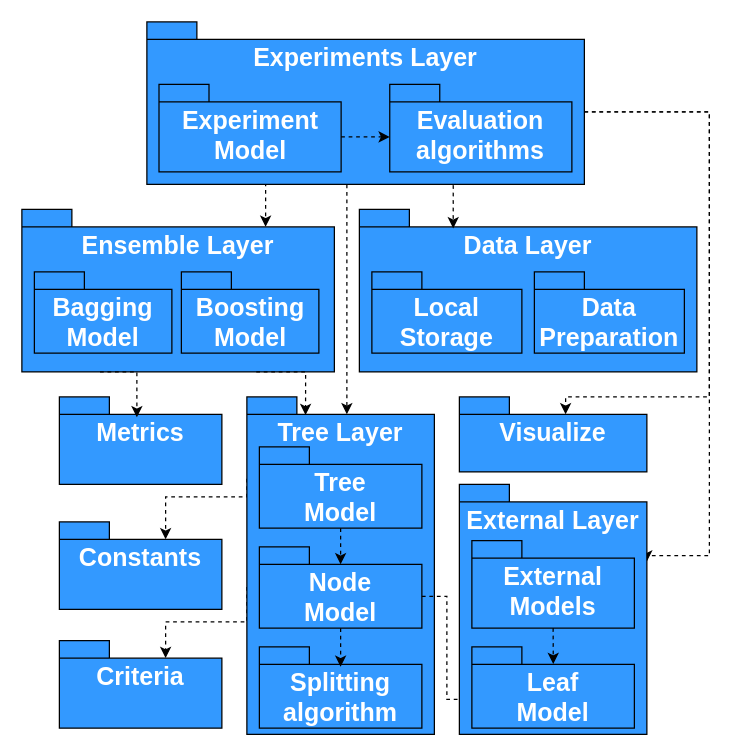
Earlier version of the draw.io diagram page "Страница — 2" (2 of 2) of doc/BaseArchitecture2023.drawio (iuliivasilev/dev-survivors). Source tidied: cells renumbered, new cells numbered last; positions are measured from the earlier drawing's top-left corner, leaving out a move shared by most shapes. Both pictures are drawn from the tidied source at 125%, with x=0, y=0 at pixel (21, 21).
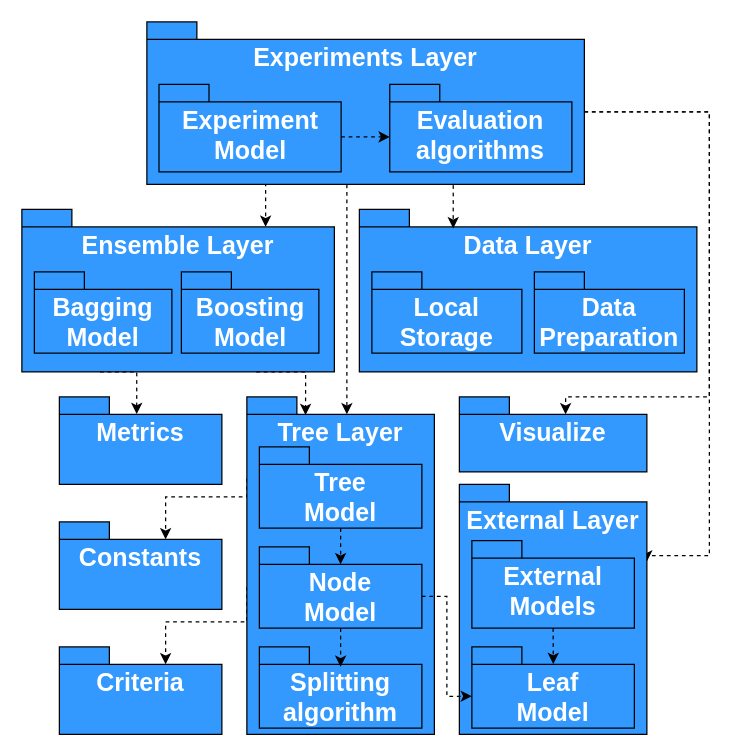
Above is the later version.

Commit message:
Updated Architecture 2024 arrows

The change refers to these unchanged cells:
```xml
<mxCell id="2" value="Metrics" style="shape=folder;fontStyle=1;spacingTop=10;tabWidth=40;tabHeight=14;tabPosition=left;whiteSpace=wrap;labelBackgroundColor=none;fillColor=#3399FF;strokeColor=#000000;labelPosition=center;verticalLabelPosition=middle;align=center;verticalAlign=top;fontSize=20;fontColor=#FFFFFF;html=1;labelBorderColor=none;" parent="1" vertex="1">
  <mxGeometry x="30" y="300" width="130" height="70" as="geometry" />
</mxCell>
<mxCell id="8" value="Ensemble Layer" style="shape=folder;fontStyle=1;spacingTop=10;tabWidth=40;tabHeight=14;tabPosition=left;whiteSpace=wrap;labelBackgroundColor=none;fillColor=#3399FF;strokeColor=#000000;labelPosition=center;verticalLabelPosition=middle;align=center;verticalAlign=top;fontSize=20;fontColor=#FFFFFF;html=1;labelBorderColor=none;" parent="1" vertex="1">
  <mxGeometry y="150" width="250" height="130" as="geometry" />
</mxCell>
<mxCell id="25" value="Node &lt;br&gt;Model" style="shape=folder;fontStyle=1;spacingTop=10;tabWidth=40;tabHeight=14;tabPosition=left;whiteSpace=wrap;labelBackgroundColor=none;fillColor=#3399FF;strokeColor=#000000;labelPosition=center;verticalLabelPosition=middle;align=center;verticalAlign=top;fontSize=20;fontColor=#FFFFFF;html=1;labelBorderColor=none;" parent="1" vertex="1">
  <mxGeometry x="190" y="420" width="130" height="65" as="geometry" />
</mxCell>
<mxCell id="34" value="Leaf&lt;br&gt;Model" style="shape=folder;fontStyle=1;spacingTop=10;tabWidth=40;tabHeight=14;tabPosition=left;whiteSpace=wrap;labelBackgroundColor=none;fillColor=#3399FF;strokeColor=#000000;labelPosition=center;verticalLabelPosition=middle;align=center;verticalAlign=top;fontSize=20;fontColor=#FFFFFF;html=1;labelBorderColor=none;" parent="1" vertex="1">
  <mxGeometry x="360" y="500" width="130" height="65" as="geometry" />
</mxCell>
```

Diff of the diagram source:
```diff
@@
     <mxCell id="3" value="Criteria" style="shape=folder;fontStyle=1;spacingTop=10;tabWidth=40;tabHeight=14;tabPosition=left;whiteSpace=wrap;labelBackgroundColor=none;fillColor=#3399FF;strokeColor=#000000;labelPosition=center;verticalLabelPosition=middle;align=center;verticalAlign=top;fontSize=20;fontColor=#FFFFFF;html=1;labelBorderColor=none;" parent="1" vertex="1">
-      <mxGeometry x="30" y="495" width="130" height="70" as="geometry" />
+      <mxGeometry x="30" y="500" width="130" height="70" as="geometry" />
     </mxCell>
@@
-    <mxCell id="22" style="edgeStyle=orthogonalEdgeStyle;rounded=0;jettySize=auto;html=1;exitX=0.25;exitY=1;exitDx=0;exitDy=0;exitPerimeter=0;entryX=0.477;entryY=0.233;entryDx=0;entryDy=0;entryPerimeter=0;dashed=1;" parent="1" edge="1" source="8" target="2">
+    <mxCell id="22" style="edgeStyle=orthogonalEdgeStyle;rounded=0;jettySize=auto;html=1;exitX=0.25;exitY=1;exitDx=0;exitDy=0;exitPerimeter=0;entryX=0.476;entryY=0.196;entryDx=0;entryDy=0;entryPerimeter=0;dashed=1;" parent="1" edge="1" source="8" target="2">
       <mxGeometry relative="1" as="geometry">
         <Array as="points">
           <mxPoint x="92" y="280" />
         </Array>
       </mxGeometry>
     </mxCell>
@@
-    <mxCell id="30" style="edgeStyle=orthogonalEdgeStyle;rounded=0;jettySize=auto;html=1;exitX=0;exitY=0;exitDx=130;exitDy=39.5;exitPerimeter=0;entryX=0;entryY=0;entryDx=0;entryDy=42;entryPerimeter=0;dashed=1;" parent="1" edge="1" source="25" target="34">
-      <mxGeometry relative="1" as="geometry" />
-    </mxCell>
@@
+    <mxCell id="30" style="edgeStyle=orthogonalEdgeStyle;rounded=0;jettySize=auto;html=1;exitX=0;exitY=0;exitDx=130;exitDy=39.5;exitPerimeter=0;dashed=1;entryX=0;entryY=0;entryDx=0;entryDy=39.5;entryPerimeter=0;" parent="1" edge="1" source="25" target="34">
+      <mxGeometry relative="1" as="geometry" />
+    </mxCell>
```
